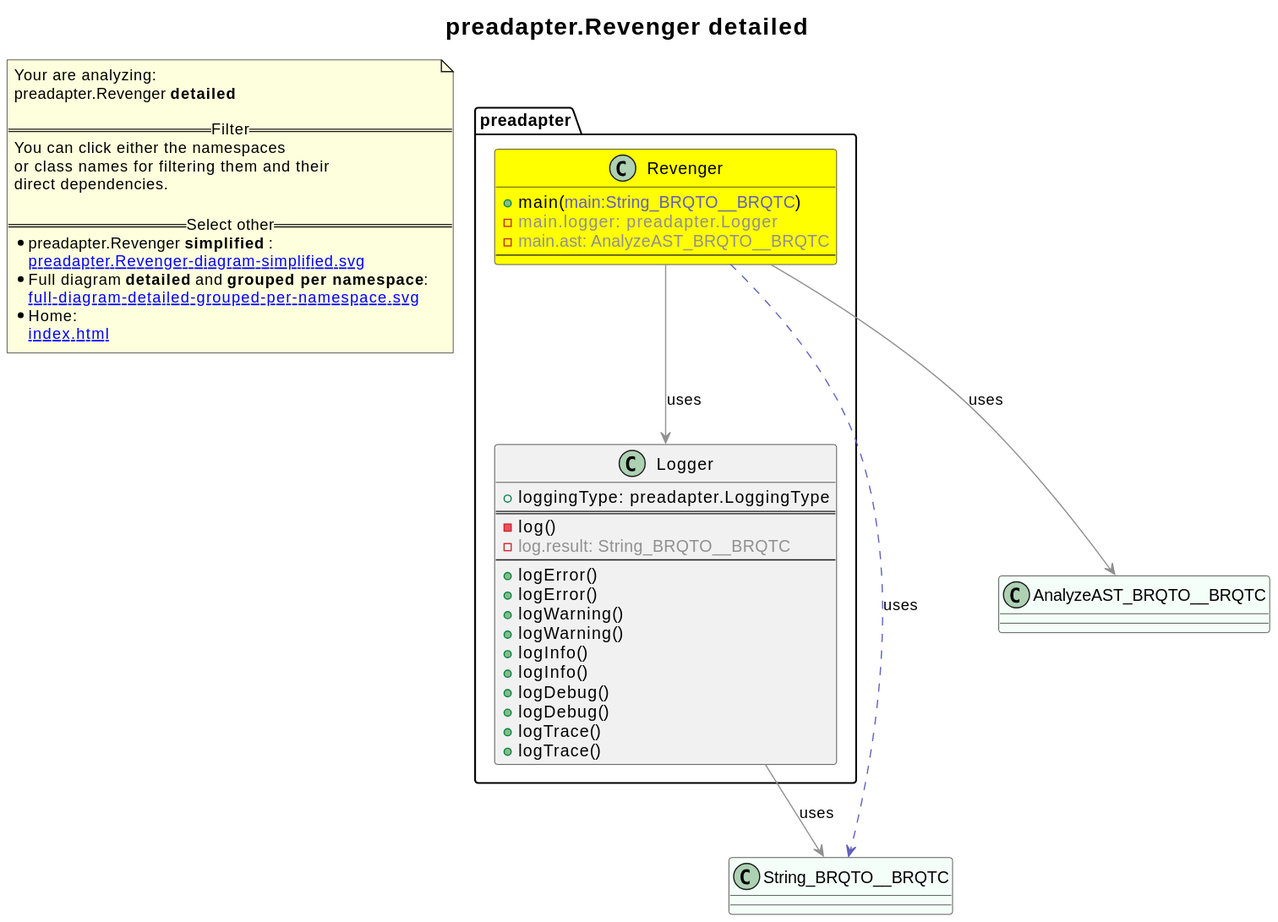
Earlier version of the PlantUML export revenger-java-adapter.out/preadapter.Revenger-diagram-detailed.svg (2BlackCoffees/revenger).
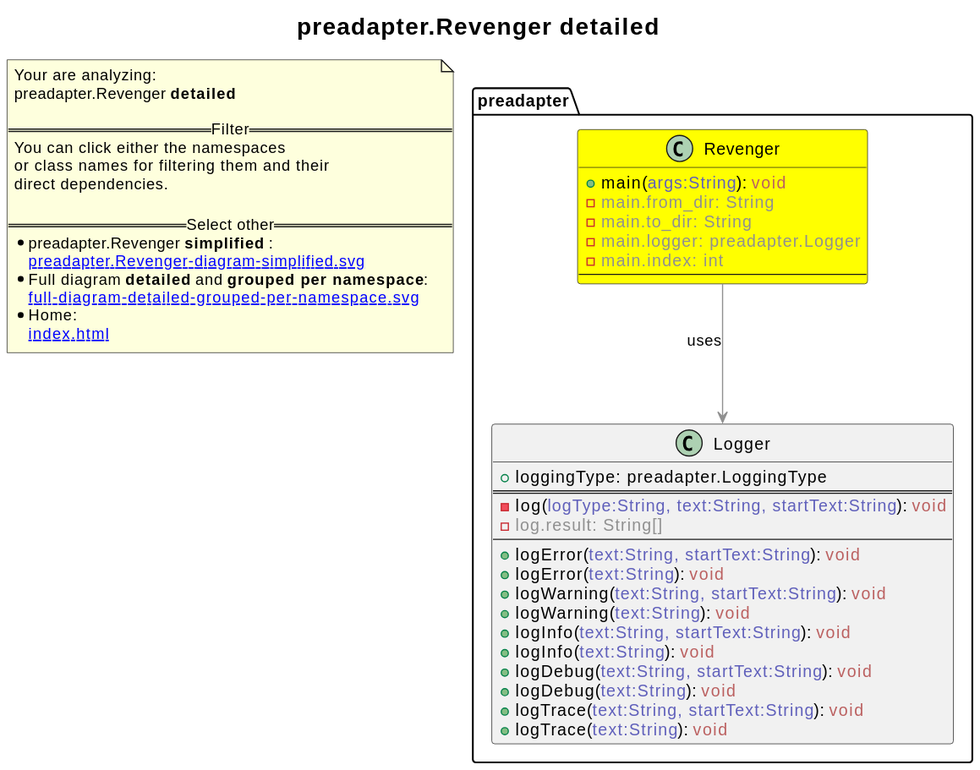
After the change.

Diff of the diagram source:
```diff
@@ -1,35 +1,31 @@
 @startuml
+skinparam linetype ortho
 title <size:20>preadapter.Revenger **detailed** </size>
 note "Your are analyzing:\npreadapter.Revenger **detailed** \n\n==Filter==\nYou can click either the namespaces \nor class names for filtering them and their\ndirect dependencies.\n\n==Select other==\n* preadapter.Revenger **simplified** :\n   [[preadapter.Revenger-diagram-simplified.svg]]\n* Full diagram **detailed** and **grouped per namespace**:\n   [[full-diagram-detailed-grouped-per-namespace.svg]]\n* Home:\n   [[index.html]]" as FloatingNote
-class String_BRQTO__BRQTC [[String_BRQTO__BRQTC-diagram-detailed.svg]] #MintCream {
-}
-class AnalyzeAST_BRQTO__BRQTC [[AnalyzeAST_BRQTO__BRQTC-diagram-detailed.svg]] #MintCream {
-}
 class preadapter.Revenger [[preadapter.Revenger-diagram-detailed.svg]] #yellow {
-  + main(<font color="6060BB">main:String_BRQTO__BRQTC</font>)
+  + main(<font color="6060BB">args:String</font>): <font color="BB6060">void</font>
+  - <font color="909090">main.from_dir: String</font>
+  - <font color="909090">main.to_dir: String</font>
   - <font color="909090">main.logger: preadapter.Logger</font>
-  - <font color="909090">main.ast: AnalyzeAST_BRQTO__BRQTC</font>
+  - <font color="909090">main.index: int</font>
 --
 }
 class preadapter.Logger [[preadapter.Logger-diagram-detailed.svg]]  {
   + loggingType: preadapter.LoggingType
 ==
-  - log(<font color="6060BB"></font>)
-  - <font color="909090">log.result: String_BRQTO__BRQTC</font>
+  - log(<font color="6060BB">logType:String, text:String, startText:String</font>): <font color="BB6060">void</font>
+  - <font color="909090">log.result: String[]</font>
 --
-  + logError(<font color="6060BB"></font>)
-  + logError(<font color="6060BB"></font>)
-  + logWarning(<font color="6060BB"></font>)
-  + logWarning(<font color="6060BB"></font>)
-  + logInfo(<font color="6060BB"></font>)
-  + logInfo(<font color="6060BB"></font>)
-  + logDebug(<font color="6060BB"></font>)
-  + logDebug(<font color="6060BB"></font>)
-  + logTrace(<font color="6060BB"></font>)
-  + logTrace(<font color="6060BB"></font>)
+  + logError(<font color="6060BB">text:String, startText:String</font>): <font color="BB6060">void</font>
+  + logError(<font color="6060BB">text:String</font>): <font color="BB6060">void</font>
+  + logWarning(<font color="6060BB">text:String, startText:String</font>): <font color="BB6060">void</font>
+  + logWarning(<font color="6060BB">text:String</font>): <font color="BB6060">void</font>
+  + logInfo(<font color="6060BB">text:String, startText:String</font>): <font color="BB6060">void</font>
+  + logInfo(<font color="6060BB">text:String</font>): <font color="BB6060">void</font>
+  + logDebug(<font color="6060BB">text:String, startText:String</font>): <font color="BB6060">void</font>
+  + logDebug(<font color="6060BB">text:String</font>): <font color="BB6060">void</font>
+  + logTrace(<font color="6060BB">text:String, startText:String</font>): <font color="BB6060">void</font>
+  + logTrace(<font color="6060BB">text:String</font>): <font color="BB6060">void</font>
 }
-preadapter.Revenger .[#6060BB].> String_BRQTO__BRQTC  : uses
 preadapter.Revenger -[#909090]-> preadapter.Logger  : uses
-preadapter.Revenger -[#909090]-> AnalyzeAST_BRQTO__BRQTC  : uses
-preadapter.Logger -[#909090]-> String_BRQTO__BRQTC  : uses
 @enduml
```
